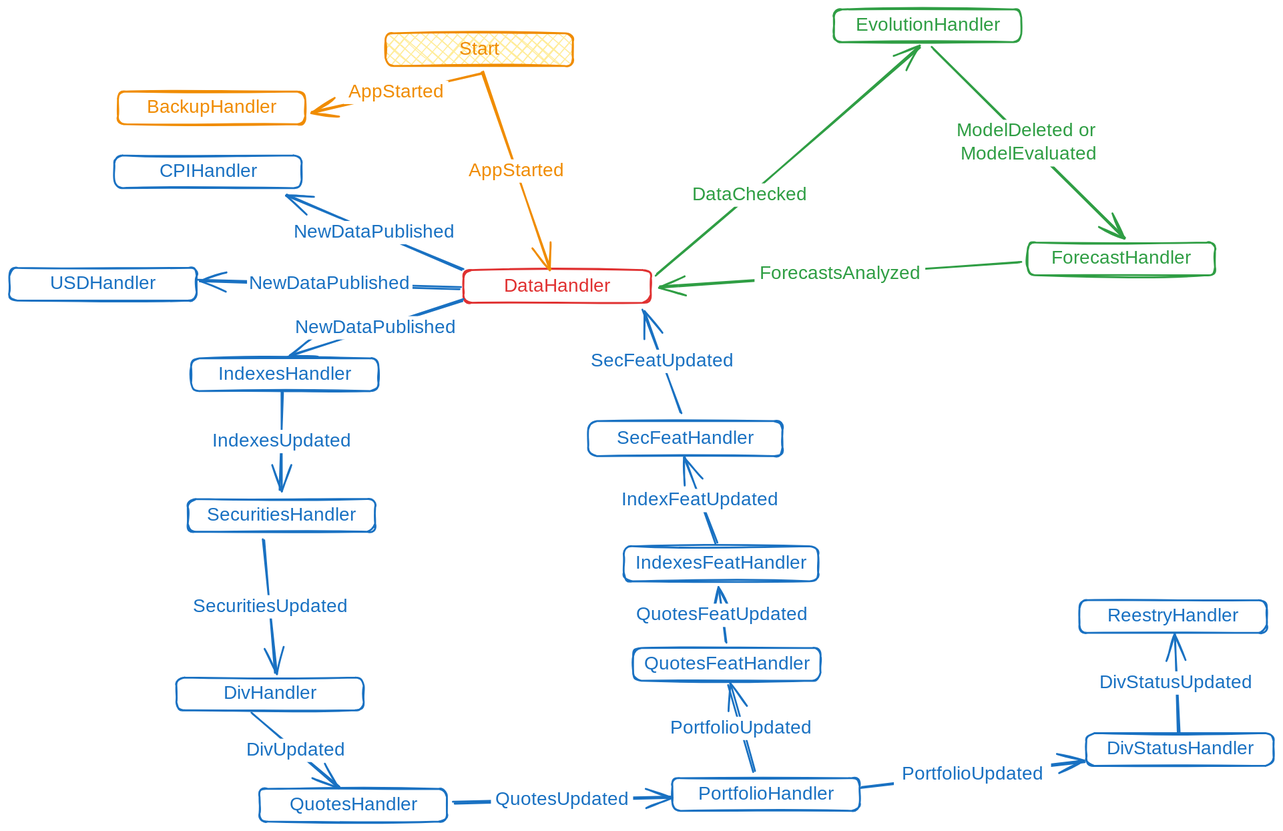
Above: docs/.excalidraw.svg in WLM1ke/poptimizer (Excalidraw), before the change. Source tidied: one line per element, renumbered; positions are measured from the earlier drawing's top-left corner, leaving out a move shared by most shapes.
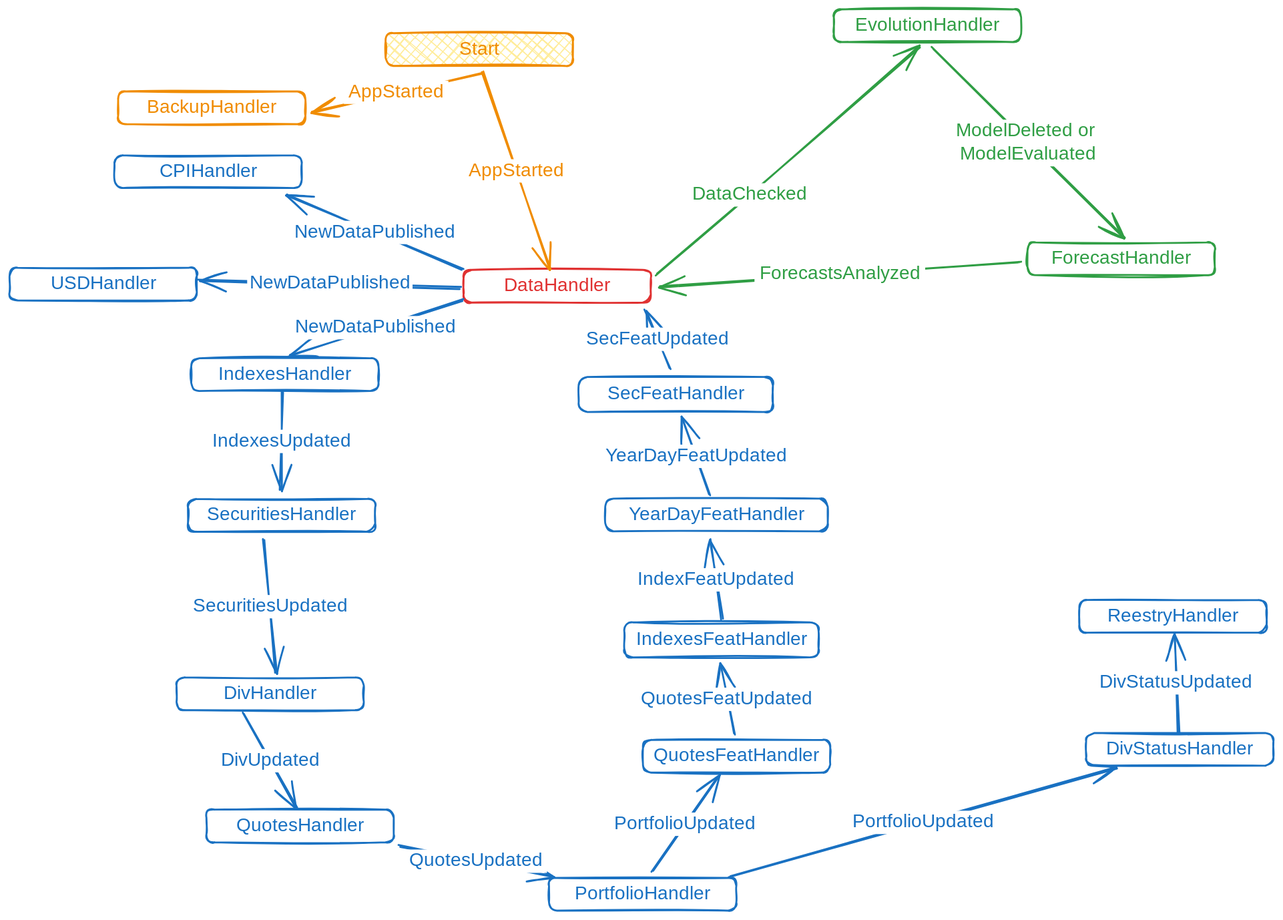
Later version of the same file.

What changed in the source:
```diff
@@ -28,19 +28,19 @@
 {"id": 27, "type": "text", "text": "AppStarted", "strokeColor": "#f08c00", "strokeWidth": 2, "roughness": 1, "fontSize": 20, "fontFamily": 1, "textAlign": "center", "verticalAlign": "middle", "inside": 26, "x": 487, "y": 160, "width": 112, "height": 25}
 {"id": 28, "type": "arrow", "strokeColor": "#f08c00", "strokeWidth": 2, "roughness": 1, "endArrowhead": "arrow", "round": true, "from": 24, "to": 22, "x": 505, "y": 68, "width": 182, "height": 42, "points": [[0, 0], [-182, 42]]}
 {"id": 29, "type": "text", "text": "AppStarted", "strokeColor": "#f08c00", "strokeWidth": 2, "roughness": 1, "fontSize": 20, "fontFamily": 1, "textAlign": "center", "verticalAlign": "middle", "inside": 28, "x": 358, "y": 76, "width": 112, "height": 25}
-{"id": 30, "type": "rectangle", "strokeColor": "#1971c2", "strokeWidth": 2, "roughness": 1, "round": true, "x": 268, "y": 834, "width": 200, "height": 35}
+{"id": 30, "type": "rectangle", "strokeColor": "#1971c2", "strokeWidth": 2, "roughness": 1, "round": true, "x": 211, "y": 856, "width": 200, "height": 35}
-{"id": 31, "type": "text", "text": "QuotesHandler", "strokeColor": "#1971c2", "strokeWidth": 2, "roughness": 1, "fontSize": 20, "fontFamily": 1, "textAlign": "center", "verticalAlign": "middle", "inside": 30, "x": 298, "y": 839, "width": 140, "height": 25}
+{"id": 31, "type": "text", "text": "QuotesHandler", "strokeColor": "#1971c2", "strokeWidth": 2, "roughness": 1, "fontSize": 20, "fontFamily": 1, "textAlign": "center", "verticalAlign": "middle", "inside": 30, "x": 241, "y": 861, "width": 140, "height": 25}
-{"id": 32, "type": "arrow", "strokeColor": "#1971c2", "strokeWidth": 2, "roughness": 1, "endArrowhead": "arrow", "round": true, "from": 18, "to": 30, "x": 260, "y": 754, "width": 93, "height": 78, "points": [[0, 0], [93, 78]]}
+{"id": 32, "type": "arrow", "strokeColor": "#1971c2", "strokeWidth": 2, "roughness": 1, "endArrowhead": "arrow", "round": true, "from": 18, "to": 30, "x": 250, "y": 754, "width": 58, "height": 100, "points": [[0, 0], [58, 100]]}
 {"id": 33, "type": "text", "text": "DivUpdated", "strokeColor": "#1971c2", "strokeWidth": 2, "roughness": 1, "fontSize": 20, "fontFamily": 1, "textAlign": "center", "verticalAlign": "middle", "inside": 32, "x": 668, "y": 608, "width": 113, "height": 25}
-{"id": 34, "type": "rectangle", "strokeColor": "#1971c2", "strokeWidth": 2, "roughness": 1, "round": true, "x": 709, "y": 823, "width": 200, "height": 35}
+{"id": 34, "type": "rectangle", "strokeColor": "#1971c2", "strokeWidth": 2, "roughness": 1, "round": true, "x": 577, "y": 930, "width": 200, "height": 35}
-{"id": 35, "type": "text", "text": "PortfolioHandler", "strokeColor": "#1971c2", "strokeWidth": 2, "roughness": 1, "fontSize": 20, "fontFamily": 1, "textAlign": "center", "verticalAlign": "middle", "inside": 34, "x": 732, "y": 828, "width": 156, "height": 25}
+{"id": 35, "type": "text", "text": "PortfolioHandler", "strokeColor": "#1971c2", "strokeWidth": 2, "roughness": 1, "fontSize": 20, "fontFamily": 1, "textAlign": "center", "verticalAlign": "middle", "inside": 34, "x": 600, "y": 935, "width": 156, "height": 25}
-{"id": 36, "type": "arrow", "strokeColor": "#1971c2", "strokeWidth": 2, "roughness": 1, "endArrowhead": "arrow", "round": true, "from": 30, "to": 34, "x": 475, "y": 849, "width": 233, "height": 6, "points": [[0, 0], [233, -6]]}
+{"id": 36, "type": "arrow", "strokeColor": "#1971c2", "strokeWidth": 2, "roughness": 1, "endArrowhead": "arrow", "round": true, "from": 30, "to": 34, "x": 417, "y": 896, "width": 165, "height": 32, "points": [[0, 0], [165, 32]]}
 {"id": 37, "type": "text", "text": "QuotesUpdated", "strokeColor": "#1971c2", "strokeWidth": 2, "roughness": 1, "fontSize": 20, "fontFamily": 1, "textAlign": "center", "verticalAlign": "middle", "inside": 36, "x": 720, "y": 471, "width": 152, "height": 25}
-{"id": 38, "type": "arrow", "strokeColor": "#1971c2", "strokeWidth": 2, "roughness": 1, "endArrowhead": "arrow", "round": true, "from": 34, "to": 60, "x": 796, "y": 816, "width": 27, "height": 93, "points": [[0, 0], [-27, -93]]}
+{"id": 38, "type": "arrow", "strokeColor": "#1971c2", "strokeWidth": 2, "roughness": 1, "endArrowhead": "arrow", "round": true, "from": 34, "to": 60, "x": 688, "y": 923, "width": 71, "height": 102, "points": [[0, 0], [71, -102]]}
 {"id": 39, "type": "text", "text": "PortfolioUpdated", "strokeColor": "#1971c2", "strokeWidth": 2, "roughness": 1, "fontSize": 20, "fontFamily": 1, "textAlign": "center", "verticalAlign": "middle", "inside": 38, "x": 604, "y": 342, "width": 168, "height": 25}
 {"id": 40, "type": "rectangle", "strokeColor": "#1971c2", "strokeWidth": 2, "roughness": 1, "round": true, "x": 1152, "y": 774, "width": 200, "height": 35}
 {"id": 41, "type": "text", "text": "DivStatusHandler", "strokeColor": "#1971c2", "strokeWidth": 2, "roughness": 1, "fontSize": 20, "fontFamily": 1, "textAlign": "center", "verticalAlign": "middle", "inside": 40, "x": 1167, "y": 779, "width": 171, "height": 25}
-{"id": 42, "type": "arrow", "strokeColor": "#1971c2", "strokeWidth": 2, "roughness": 1, "endArrowhead": "arrow", "round": true, "from": 34, "to": 40, "x": 911, "y": 833, "width": 239, "height": 28, "points": [[0, 0], [239, -28]]}
+{"id": 42, "type": "arrow", "strokeColor": "#1971c2", "strokeWidth": 2, "roughness": 1, "endArrowhead": "arrow", "round": true, "from": 34, "to": 40, "x": 770, "y": 929, "width": 414, "height": 117, "points": [[0, 0], [414, -117]]}
 {"id": 43, "type": "text", "text": "PortfolioUpdated", "strokeColor": "#1971c2", "strokeWidth": 2, "roughness": 1, "fontSize": 20, "fontFamily": 1, "textAlign": "center", "verticalAlign": "middle", "inside": 42, "x": 857, "y": 442, "width": 168, "height": 25}
 {"id": 44, "type": "rectangle", "strokeColor": "#1971c2", "strokeWidth": 2, "roughness": 1, "round": true, "x": 1145, "y": 632, "width": 200, "height": 35}
 {"id": 45, "type": "text", "text": "ReestryHandler", "strokeColor": "#1971c2", "strokeWidth": 2, "roughness": 1, "fontSize": 20, "fontFamily": 1, "textAlign": "center", "verticalAlign": "middle", "inside": 44, "x": 1173, "y": 637, "width": 145, "height": 25}
@@ -56,15 +56,19 @@
 {"id": 55, "type": "text", "text": "ModelDeleted or \nModelEvaluated", "strokeColor": "#2f9e44", "strokeWidth": 2, "roughness": 1, "fontSize": 20, "fontFamily": 1, "textAlign": "center", "verticalAlign": "middle", "inside": 54, "x": 939, "y": 122, "width": 170, "height": 50}
 {"id": 56, "type": "arrow", "strokeColor": "#2f9e44", "strokeWidth": 2, "roughness": 1, "endArrowhead": "arrow", "round": true, "from": 52, "to": 0, "x": 1081, "y": 270, "width": 385, "height": 26, "points": [[0, 0], [-385, 26]]}
 {"id": 57, "type": "text", "text": "ForecastsAnalyzed", "strokeColor": "#2f9e44", "strokeWidth": 2, "roughness": 1, "fontSize": 20, "fontFamily": 1, "textAlign": "center", "verticalAlign": "middle", "inside": 56, "x": 797, "y": 271, "width": 183, "height": 25}
-{"id": 58, "type": "arrow", "strokeColor": "#1971c2", "strokeWidth": 2, "roughness": 1, "endArrowhead": "arrow", "round": true, "from": 60, "to": 62, "x": 766, "y": 678, "width": 8, "height": 59, "points": [[0, 0], [-8, -59]]}
+{"id": 58, "type": "arrow", "strokeColor": "#1971c2", "strokeWidth": 2, "roughness": 1, "endArrowhead": "arrow", "round": true, "from": 60, "to": 62, "x": 776, "y": 776, "width": 15, "height": 76, "points": [[0, 0], [-15, -76]]}
 {"id": 59, "type": "text", "text": "QuotesFeatUpdated", "strokeColor": "#1971c2", "strokeWidth": 2, "roughness": 1, "fontSize": 20, "fontFamily": 1, "textAlign": "center", "verticalAlign": "middle", "inside": 58, "x": 575, "y": 362, "width": 199, "height": 25}
-{"id": 60, "type": "rectangle", "strokeColor": "#1971c2", "strokeWidth": 2, "roughness": 1, "round": true, "x": 667, "y": 683, "width": 200, "height": 35}
+{"id": 60, "type": "rectangle", "strokeColor": "#1971c2", "strokeWidth": 2, "roughness": 1, "round": true, "x": 678, "y": 782, "width": 200, "height": 35}
-{"id": 61, "type": "text", "text": "QuotesFeatHandler", "strokeColor": "#1971c2", "strokeWidth": 2, "roughness": 1, "fontSize": 20, "fontFamily": 1, "textAlign": "center", "verticalAlign": "middle", "inside": 60, "x": 674, "y": 688, "width": 187, "height": 25}
+{"id": 61, "type": "text", "text": "QuotesFeatHandler", "strokeColor": "#1971c2", "strokeWidth": 2, "roughness": 1, "fontSize": 20, "fontFamily": 1, "textAlign": "center", "verticalAlign": "middle", "inside": 60, "x": 685, "y": 787, "width": 187, "height": 25}
-{"id": 62, "type": "rectangle", "strokeColor": "#1971c2", "strokeWidth": 2, "roughness": 1, "round": true, "x": 657, "y": 574, "width": 208, "height": 37}
+{"id": 62, "type": "rectangle", "strokeColor": "#1971c2", "strokeWidth": 2, "roughness": 1, "round": true, "x": 658, "y": 656, "width": 208, "height": 37}
-{"id": 63, "type": "text", "text": "IndexesFeatHandler", "strokeColor": "#1971c2", "strokeWidth": 2, "roughness": 1, "fontSize": 20, "fontFamily": 1, "textAlign": "center", "verticalAlign": "middle", "inside": 62, "x": 665, "y": 581, "width": 193, "height": 25}
+{"id": 63, "type": "text", "text": "IndexesFeatHandler", "strokeColor": "#1971c2", "strokeWidth": 2, "roughness": 1, "fontSize": 20, "fontFamily": 1, "textAlign": "center", "verticalAlign": "middle", "inside": 62, "x": 666, "y": 662, "width": 193, "height": 25}
-{"id": 64, "type": "arrow", "strokeColor": "#1971c2", "strokeWidth": 2, "roughness": 1, "endArrowhead": "arrow", "round": true, "from": 62, "to": 66, "x": 756, "y": 571, "width": 34, "height": 92, "points": [[0, 0], [-34, -92]]}
+{"id": 64, "type": "arrow", "strokeColor": "#1971c2", "strokeWidth": 2, "roughness": 1, "endArrowhead": "arrow", "round": true, "from": 62, "to": 70, "x": 762, "y": 653, "width": 12, "height": 85, "points": [[0, 0], [-12, -85]]}
 {"id": 65, "type": "text", "text": "IndexFeatUpdated", "strokeColor": "#1971c2", "strokeWidth": 2, "roughness": 1, "fontSize": 20, "fontFamily": 1, "textAlign": "center", "verticalAlign": "middle", "inside": 64, "x": 579, "y": 336, "width": 183, "height": 25}
-{"id": 66, "type": "rectangle", "strokeColor": "#1971c2", "strokeWidth": 2, "roughness": 1, "round": true, "x": 619, "y": 440, "width": 208, "height": 37}
+{"id": 66, "type": "rectangle", "strokeColor": "#1971c2", "strokeWidth": 2, "roughness": 1, "round": true, "x": 609, "y": 393, "width": 208, "height": 37}
-{"id": 67, "type": "text", "text": "SecFeatHandler", "strokeColor": "#1971c2", "strokeWidth": 2, "roughness": 1, "fontSize": 20, "fontFamily": 1, "textAlign": "center", "verticalAlign": "middle", "inside": 66, "x": 648, "y": 447, "width": 150, "height": 25}
+{"id": 67, "type": "text", "text": "SecFeatHandler", "strokeColor": "#1971c2", "strokeWidth": 2, "roughness": 1, "fontSize": 20, "fontFamily": 1, "textAlign": "center", "verticalAlign": "middle", "inside": 66, "x": 638, "y": 400, "width": 150, "height": 25}
-{"id": 68, "type": "arrow", "strokeColor": "#1971c2", "strokeWidth": 2, "roughness": 1, "endArrowhead": "arrow", "round": true, "from": 66, "to": 0, "x": 719, "y": 432, "width": 40, "height": 111, "points": [[0, 0], [-40, -111]]}
+{"id": 68, "type": "arrow", "strokeColor": "#1971c2", "strokeWidth": 2, "roughness": 1, "endArrowhead": "arrow", "round": true, "from": 66, "to": 0, "x": 707, "y": 385, "width": 27, "height": 64, "points": [[0, 0], [-27, -64]]}
 {"id": 69, "type": "text", "text": "SecFeatUpdated", "strokeColor": "#1971c2", "strokeWidth": 2, "roughness": 1, "fontSize": 20, "fontFamily": 1, "textAlign": "center", "verticalAlign": "middle", "inside": 68, "x": 617, "y": 364, "width": 163, "height": 25}
+{"id": 70, "type": "rectangle", "strokeColor": "#1971c2", "strokeWidth": 2, "roughness": 1, "round": true, "x": 638, "y": 524, "width": 238, "height": 35}
+{"id": 71, "type": "text", "text": "YearDayFeatHandler", "strokeColor": "#1971c2", "strokeWidth": 2, "roughness": 1, "fontSize": 20, "fontFamily": 1, "textAlign": "center", "verticalAlign": "middle", "inside": 70, "x": 657, "y": 529, "width": 198, "height": 25}
+{"id": 72, "type": "arrow", "strokeColor": "#1971c2", "strokeWidth": 2, "roughness": 1, "endArrowhead": "arrow", "round": true, "from": 70, "to": 66, "x": 750, "y": 520, "width": 30, "height": 84, "points": [[0, 0], [-30, -84]]}
+{"id": 73, "type": "text", "text": "YearDayFeatUpdated", "strokeColor": "#1971c2", "strokeWidth": 2, "roughness": 1, "fontSize": 20, "fontFamily": 1, "textAlign": "center", "verticalAlign": "middle", "inside": 72, "x": 629, "y": 466, "width": 211, "height": 25}
```
